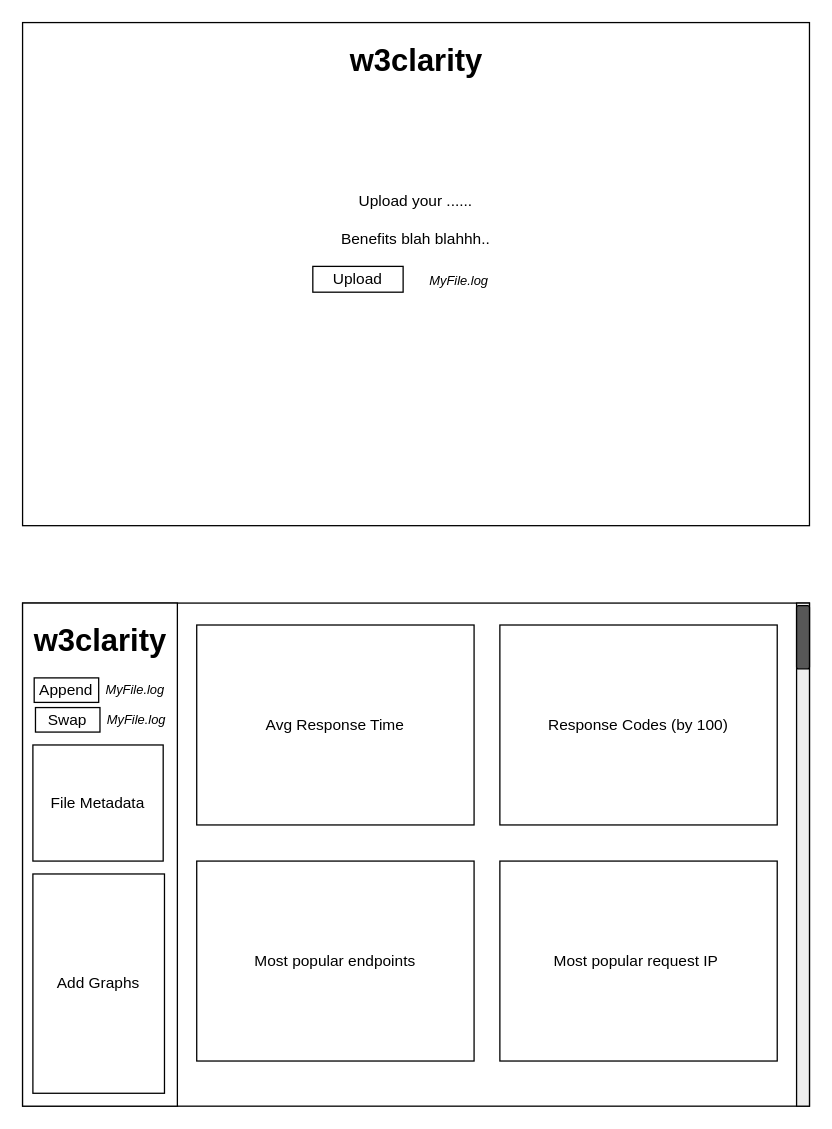
Above: w3clarity.drawio in oversizedcanoe/view3c (draw.io), before the change. Source tidied: cells renumbered, new cells numbered last; positions are measured from the earlier drawing's top-left corner, leaving out a move shared by most shapes. Both pictures are drawn from the tidied source at 129%, with x=0, y=0 at pixel (22, 22).
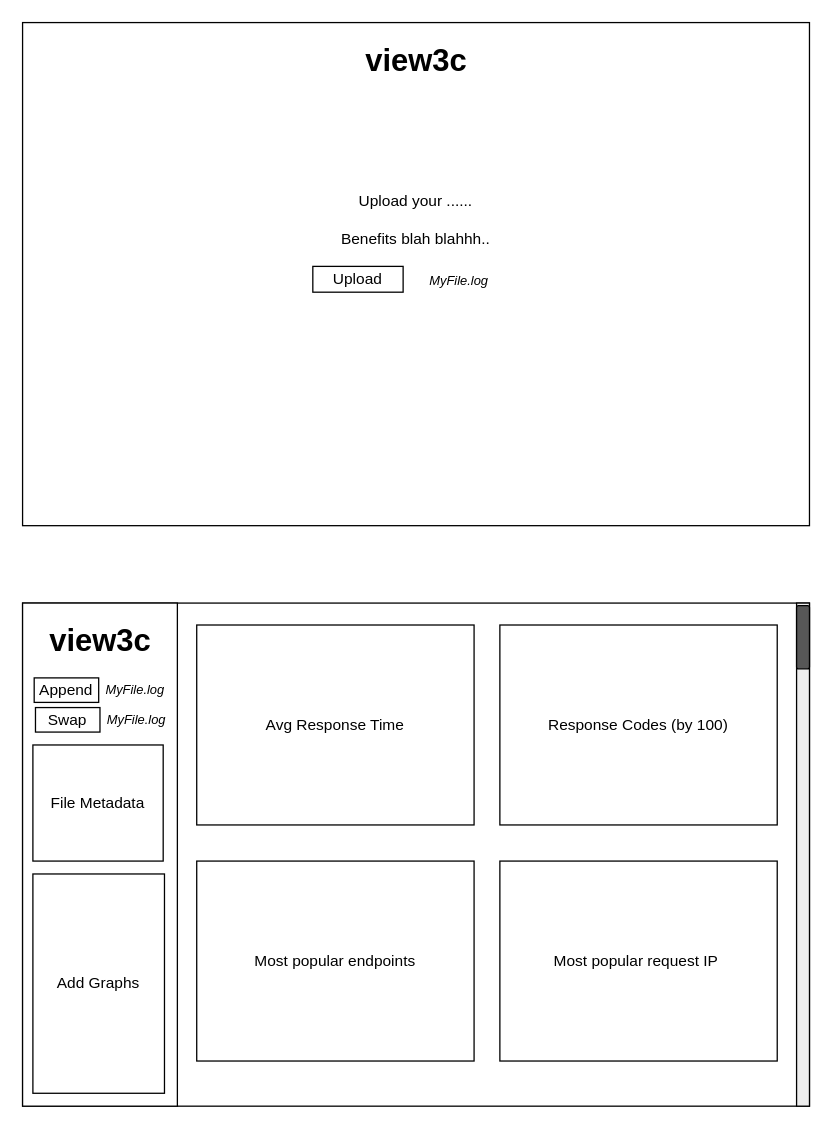
Above is the later version.

What changed in the source:
```diff
@@
-    <mxCell id="4" value="w3clarity" style="text;strokeColor=none;fillColor=none;html=1;fontSize=24;fontStyle=1;verticalAlign=middle;align=center;" parent="1" vertex="1">
+    <mxCell id="4" value="view3c" style="text;strokeColor=none;fillColor=none;html=1;fontSize=24;fontStyle=1;verticalAlign=middle;align=center;" parent="1" vertex="1">
       <mxGeometry x="255" y="10" width="100" height="40" as="geometry" />
     </mxCell>
@@
-    <mxCell id="9" value="w3clarity" style="text;strokeColor=none;fillColor=none;html=1;fontSize=24;fontStyle=1;verticalAlign=middle;align=center;" parent="1" vertex="1">
+    <mxCell id="9" value="view3c" style="text;strokeColor=none;fillColor=none;html=1;fontSize=24;fontStyle=1;verticalAlign=middle;align=center;" parent="1" vertex="1">
       <mxGeometry x="10" y="460" width="100" height="40" as="geometry" />
     </mxCell>
```
